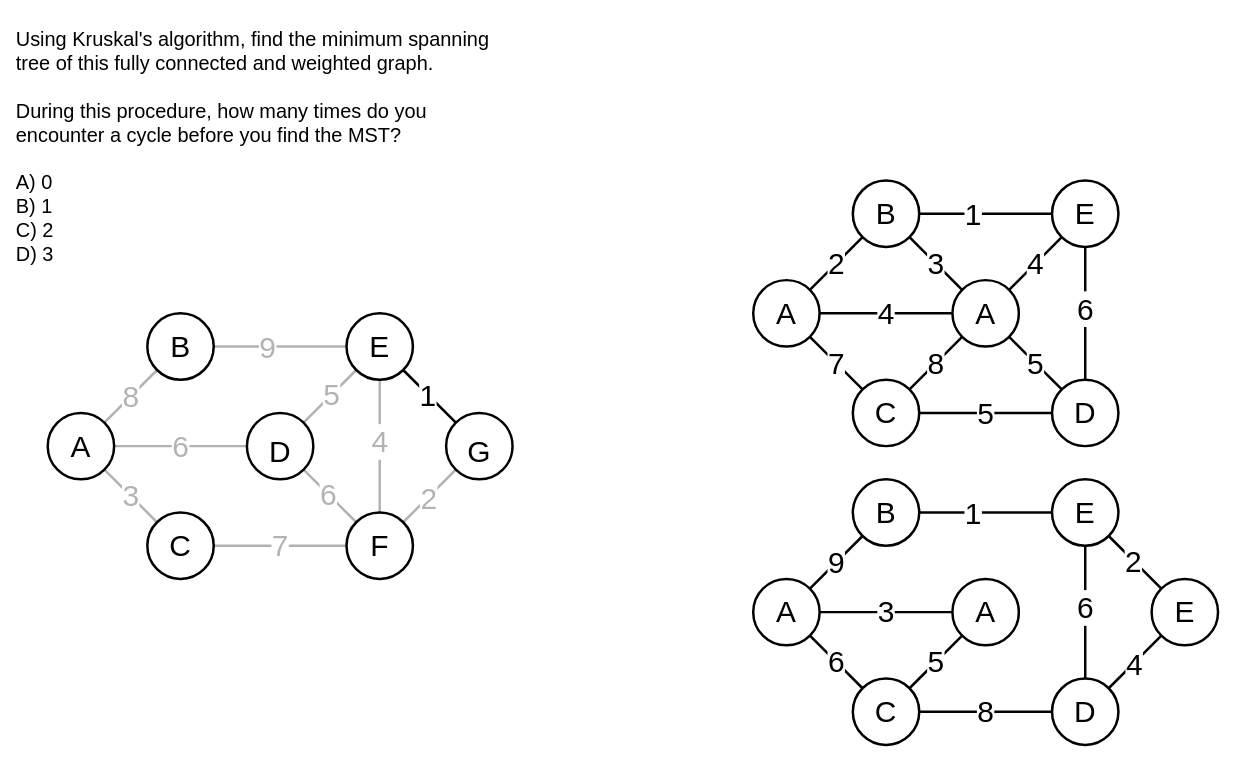
Allynixtor/comp1511-23T3-revision-session keeps this draw.io diagram as page "Page-2" (2 of 3) of comp2521-rev-dikjstra-q.drawio. Above is the earlier version. Source tidied: cells renumbered, new cells numbered last; positions are measured from the earlier drawing's top-left corner, leaving out a move shared by most shapes. Both pictures are drawn from the tidied source at 83%, with x=0, y=0 at pixel (14, 14).
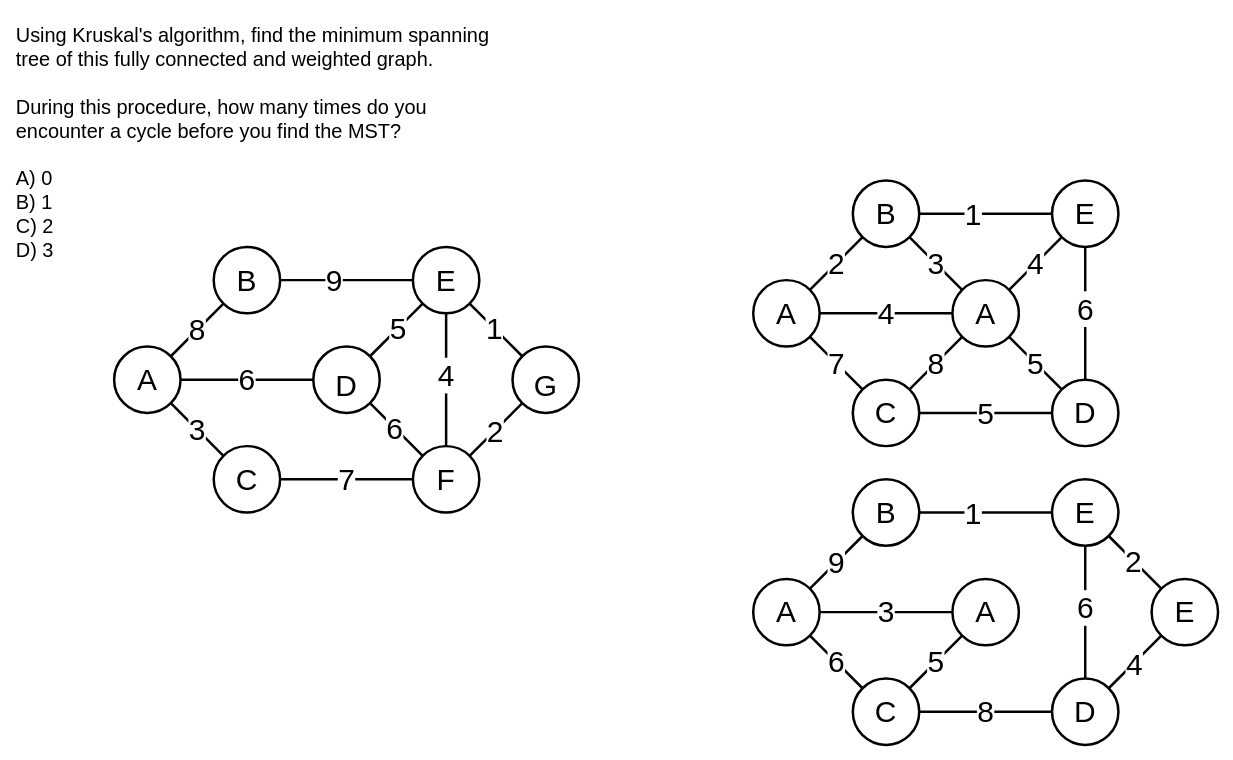
The same diagram, later.

The edit, as a diff of the source:
```diff
@@
     <mxCell id="41" value="&lt;font style=&quot;font-size: 36px;&quot;&gt;A&lt;/font&gt;" style="ellipse;whiteSpace=wrap;html=1;strokeWidth=3;" parent="1" vertex="1">
-      <mxGeometry x="40" y="480" width="80" height="80" as="geometry" />
+      <mxGeometry x="120" y="400" width="80" height="80" as="geometry" />
     </mxCell>
     <mxCell id="42" value="&lt;font style=&quot;font-size: 36px;&quot;&gt;B&lt;/font&gt;" style="ellipse;whiteSpace=wrap;html=1;strokeWidth=3;" parent="1" vertex="1">
-      <mxGeometry x="160" y="360" width="80" height="80" as="geometry" />
+      <mxGeometry x="240" y="280" width="80" height="80" as="geometry" />
     </mxCell>
     <mxCell id="43" value="&lt;font style=&quot;font-size: 36px;&quot;&gt;E&lt;/font&gt;" style="ellipse;whiteSpace=wrap;html=1;strokeWidth=3;" parent="1" vertex="1">
-      <mxGeometry x="400" y="360" width="80" height="80" as="geometry" />
+      <mxGeometry x="480" y="280" width="80" height="80" as="geometry" />
     </mxCell>
     <mxCell id="44" value="&lt;div&gt;&lt;font style=&quot;font-size: 36px;&quot;&gt;C&lt;/font&gt;&lt;/div&gt;" style="ellipse;whiteSpace=wrap;html=1;strokeWidth=3;" parent="1" vertex="1">
-      <mxGeometry x="160" y="600" width="80" height="80" as="geometry" />
+      <mxGeometry x="240" y="520" width="80" height="80" as="geometry" />
     </mxCell>
-    <mxCell id="45" value="&lt;font color=&quot;#B3B3B3&quot;&gt;8&lt;/font&gt;" style="endArrow=none;html=1;rounded=0;fontSize=36;strokeWidth=3;exitX=1;exitY=0;exitDx=0;exitDy=0;entryX=0;entryY=1;entryDx=0;entryDy=0;endFill=0;startArrow=none;startFill=0;opacity=30;" parent="1" edge="1" source="41" target="42">
+    <mxCell id="45" value="8" style="endArrow=none;html=1;rounded=0;fontSize=36;strokeWidth=3;exitX=1;exitY=0;exitDx=0;exitDy=0;entryX=0;entryY=1;entryDx=0;entryDy=0;endFill=0;startArrow=none;startFill=0;" parent="1" edge="1" source="41" target="42">
       <mxGeometry relative="1" as="geometry" />
     </mxCell>
-    <mxCell id="46" style="endArrow=none;html=1;rounded=0;fontSize=36;exitX=1;exitY=0.5;exitDx=0;exitDy=0;entryX=0;entryY=0.5;entryDx=0;entryDy=0;strokeWidth=3;endFill=0;startArrow=none;startFill=0;opacity=30;" parent="1" edge="1" source="42" target="43">
+    <mxCell id="46" style="endArrow=none;html=1;rounded=0;fontSize=36;exitX=1;exitY=0.5;exitDx=0;exitDy=0;entryX=0;entryY=0.5;entryDx=0;entryDy=0;strokeWidth=3;endFill=0;startArrow=none;startFill=0;" parent="1" edge="1" source="42" target="43">
       <mxGeometry relative="1" as="geometry" />
     </mxCell>
-    <mxCell id="47" value="&lt;font color=&quot;#B3B3B3&quot;&gt;9&lt;/font&gt;" style="edgeLabel;html=1;align=center;verticalAlign=middle;fontSize=36;" parent="46" vertex="1">
+    <mxCell id="47" value="9" style="edgeLabel;html=1;align=center;verticalAlign=middle;fontSize=36;" parent="46" vertex="1">
       <mxGeometry x="-0.2" relative="1" as="geometry" />
     </mxCell>
-    <mxCell id="48" value="&lt;font color=&quot;#B3B3B3&quot;&gt;3&lt;/font&gt;" style="endArrow=none;html=1;rounded=0;fontSize=36;entryX=1;entryY=1;entryDx=0;entryDy=0;strokeWidth=3;exitX=0;exitY=0;exitDx=0;exitDy=0;startArrow=none;startFill=0;endFill=0;opacity=30;" parent="1" edge="1" source="44" target="41">
+    <mxCell id="48" value="3" style="endArrow=none;html=1;rounded=0;fontSize=36;entryX=1;entryY=1;entryDx=0;entryDy=0;strokeWidth=3;exitX=0;exitY=0;exitDx=0;exitDy=0;startArrow=none;startFill=0;endFill=0;" parent="1" edge="1" source="44" target="41">
       <mxGeometry relative="1" as="geometry" />
     </mxCell>
     <mxCell id="49" value="&lt;font style=&quot;font-size: 36px;&quot;&gt;F&lt;/font&gt;" style="ellipse;whiteSpace=wrap;html=1;strokeWidth=3;" parent="1" vertex="1">
-      <mxGeometry x="400" y="600" width="80" height="80" as="geometry" />
+      <mxGeometry x="480" y="520" width="80" height="80" as="geometry" />
     </mxCell>
-    <mxCell id="50" style="endArrow=none;html=1;rounded=0;fontSize=36;entryX=0.5;entryY=1;entryDx=0;entryDy=0;strokeWidth=3;endFill=0;startArrow=none;startFill=0;exitX=0.5;exitY=0;exitDx=0;exitDy=0;opacity=30;" parent="1" edge="1" source="49" target="43">
+    <mxCell id="50" style="endArrow=none;html=1;rounded=0;fontSize=36;entryX=0.5;entryY=1;entryDx=0;entryDy=0;strokeWidth=3;endFill=0;startArrow=none;startFill=0;exitX=0.5;exitY=0;exitDx=0;exitDy=0;" parent="1" edge="1" source="49" target="43">
       <mxGeometry relative="1" as="geometry" />
     </mxCell>
-    <mxCell id="51" value="&lt;font color=&quot;#B3B3B3&quot;&gt;4&lt;/font&gt;" style="edgeLabel;html=1;align=center;verticalAlign=middle;fontSize=36;" parent="50" vertex="1">
+    <mxCell id="51" value="4" style="edgeLabel;html=1;align=center;verticalAlign=middle;fontSize=36;" parent="50" vertex="1">
       <mxGeometry x="0.07" y="1" relative="1" as="geometry" />
     </mxCell>
     <mxCell id="52" value="&lt;br&gt;&lt;font style=&quot;font-size: 36px;&quot;&gt;D&lt;/font&gt;" style="ellipse;whiteSpace=wrap;html=1;strokeWidth=3;" parent="1" vertex="1">
-      <mxGeometry x="280" y="480" width="80" height="80" as="geometry" />
+      <mxGeometry x="360" y="400" width="80" height="80" as="geometry" />
     </mxCell>
-    <mxCell id="53" value="&lt;font color=&quot;#B3B3B3&quot;&gt;6&lt;/font&gt;" style="endArrow=none;html=1;rounded=0;fontSize=36;entryX=0;entryY=0.5;entryDx=0;entryDy=0;strokeWidth=3;exitX=1;exitY=0.5;exitDx=0;exitDy=0;startArrow=none;startFill=0;endFill=0;opacity=30;" parent="1" edge="1" source="41" target="52">
+    <mxCell id="53" value="6" style="endArrow=none;html=1;rounded=0;fontSize=36;entryX=0;entryY=0.5;entryDx=0;entryDy=0;strokeWidth=3;exitX=1;exitY=0.5;exitDx=0;exitDy=0;startArrow=none;startFill=0;endFill=0;" parent="1" edge="1" source="41" target="52">
       <mxGeometry relative="1" as="geometry" />
     </mxCell>
     <mxCell id="54" value="&lt;br&gt;&lt;font style=&quot;font-size: 36px;&quot;&gt;G&lt;/font&gt;" style="ellipse;whiteSpace=wrap;html=1;strokeWidth=3;" parent="1" vertex="1">
-      <mxGeometry x="520" y="480" width="80" height="80" as="geometry" />
+      <mxGeometry x="600" y="400" width="80" height="80" as="geometry" />
     </mxCell>
@@
-    <mxCell id="57" style="endArrow=none;html=1;rounded=0;fontSize=36;entryX=1;entryY=0;entryDx=0;entryDy=0;strokeWidth=3;endFill=0;startArrow=none;startFill=0;exitX=0;exitY=1;exitDx=0;exitDy=0;opacity=30;" parent="1" edge="1" source="54" target="49">
+    <mxCell id="57" style="endArrow=none;html=1;rounded=0;fontSize=36;entryX=1;entryY=0;entryDx=0;entryDy=0;strokeWidth=3;endFill=0;startArrow=none;startFill=0;exitX=0;exitY=1;exitDx=0;exitDy=0;" parent="1" edge="1" source="54" target="49">
       <mxGeometry relative="1" as="geometry" />
     </mxCell>
-    <mxCell id="58" value="&lt;font color=&quot;#B3B3B3&quot;&gt;2&lt;/font&gt;" style="edgeLabel;html=1;align=center;verticalAlign=middle;fontSize=36;" parent="57" vertex="1">
+    <mxCell id="58" value="2" style="edgeLabel;html=1;align=center;verticalAlign=middle;fontSize=36;" parent="57" vertex="1">
       <mxGeometry x="0.07" y="1" relative="1" as="geometry" />
     </mxCell>
-    <mxCell id="59" value="&lt;font color=&quot;#B3B3B3&quot;&gt;7&lt;/font&gt;" style="endArrow=none;html=1;rounded=0;fontSize=36;entryX=0;entryY=0.5;entryDx=0;entryDy=0;strokeWidth=3;exitX=1;exitY=0.5;exitDx=0;exitDy=0;startArrow=none;startFill=0;endFill=0;opacity=30;" parent="1" edge="1" source="44" target="49">
+    <mxCell id="59" value="7" style="endArrow=none;html=1;rounded=0;fontSize=36;entryX=0;entryY=0.5;entryDx=0;entryDy=0;strokeWidth=3;exitX=1;exitY=0.5;exitDx=0;exitDy=0;startArrow=none;startFill=0;endFill=0;" parent="1" edge="1" source="44" target="49">
       <mxGeometry relative="1" as="geometry" />
     </mxCell>
-    <mxCell id="60" style="endArrow=none;html=1;rounded=0;fontSize=36;entryX=0;entryY=1;entryDx=0;entryDy=0;strokeWidth=3;endFill=0;startArrow=none;startFill=0;exitX=1;exitY=0;exitDx=0;exitDy=0;opacity=30;" parent="1" edge="1" source="52" target="43">
+    <mxCell id="60" style="endArrow=none;html=1;rounded=0;fontSize=36;entryX=0;entryY=1;entryDx=0;entryDy=0;strokeWidth=3;endFill=0;startArrow=none;startFill=0;exitX=1;exitY=0;exitDx=0;exitDy=0;" parent="1" edge="1" source="52" target="43">
       <mxGeometry relative="1" as="geometry" />
     </mxCell>
-    <mxCell id="61" value="&lt;font color=&quot;#B3B3B3&quot;&gt;5&lt;/font&gt;" style="edgeLabel;html=1;align=center;verticalAlign=middle;fontSize=36;" parent="60" vertex="1">
+    <mxCell id="61" value="5" style="edgeLabel;html=1;align=center;verticalAlign=middle;fontSize=36;" parent="60" vertex="1">
       <mxGeometry x="0.07" y="1" relative="1" as="geometry" />
     </mxCell>
-    <mxCell id="62" style="endArrow=none;html=1;rounded=0;fontSize=36;entryX=1;entryY=1;entryDx=0;entryDy=0;strokeWidth=3;endFill=0;startArrow=none;startFill=0;exitX=0;exitY=0;exitDx=0;exitDy=0;opacity=30;" parent="1" edge="1" source="49" target="52">
+    <mxCell id="62" style="endArrow=none;html=1;rounded=0;fontSize=36;entryX=1;entryY=1;entryDx=0;entryDy=0;strokeWidth=3;endFill=0;startArrow=none;startFill=0;exitX=0;exitY=0;exitDx=0;exitDy=0;" parent="1" edge="1" source="49" target="52">
       <mxGeometry relative="1" as="geometry" />
     </mxCell>
-    <mxCell id="63" value="&lt;font color=&quot;#B3B3B3&quot;&gt;6&lt;/font&gt;" style="edgeLabel;html=1;align=center;verticalAlign=middle;fontSize=36;" parent="62" vertex="1">
+    <mxCell id="63" value="6" style="edgeLabel;html=1;align=center;verticalAlign=middle;fontSize=36;" parent="62" vertex="1">
       <mxGeometry x="0.07" y="1" relative="1" as="geometry" />
     </mxCell>
     <mxCell id="64" value="&lt;div align=&quot;left&quot;&gt;Using Kruskal's algorithm, find the minimum spanning tree of this fully connected and weighted graph.&lt;br&gt;&lt;br&gt;During this procedure, how many times do you encounter a cycle before you find the MST?&lt;/div&gt;&lt;div align=&quot;left&quot;&gt;&lt;br&gt;&lt;/div&gt;&lt;div align=&quot;left&quot;&gt;A) 0&lt;/div&gt;&lt;div align=&quot;left&quot;&gt;B) 1&lt;/div&gt;&lt;div align=&quot;left&quot;&gt;C) 2&lt;/div&gt;&lt;div align=&quot;left&quot;&gt;D) 3&lt;br&gt;&lt;/div&gt;" style="text;html=1;strokeColor=none;fillColor=none;align=left;verticalAlign=middle;whiteSpace=wrap;rounded=0;fontSize=24;" parent="1" vertex="1">
-      <mxGeometry width="610" height="320" as="geometry" />
+      <mxGeometry width="610" height="310" as="geometry" />
     </mxCell>
```
